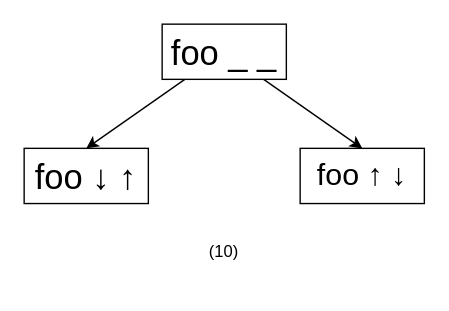
This is slide/10.drawio from lengyijun/MergeSort, a draw.io file, before an edit. Source tidied: cells renumbered, new cells numbered last; positions are measured from the earlier drawing's top-left corner, leaving out a move shared by most shapes. Both pictures are drawn from the tidied source at 138%, with x=0, y=0 at pixel (23, 23).
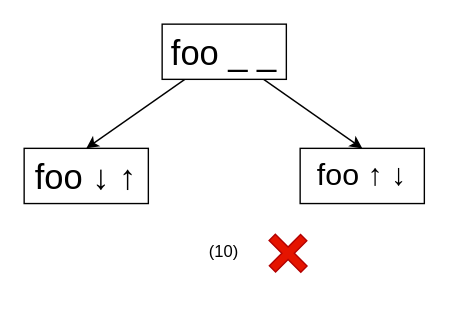
The same diagram, later.

Change to the diagram source:
```diff
@@
 <mxGraphModel>
   <root>
     <mxCell id="0" />
     <mxCell id="1" parent="0" />
     <mxCell id="2" style="edgeStyle=none;rounded=0;jettySize=auto;html=1;entryX=0.5;entryY=0;entryDx=0;entryDy=0;" parent="1" edge="1" source="4" target="5">
       <mxGeometry relative="1" as="geometry" />
     </mxCell>
     <mxCell id="3" style="edgeStyle=none;rounded=0;jettySize=auto;html=1;entryX=0.5;entryY=0;entryDx=0;entryDy=0;" parent="1" edge="1" source="4" target="6">
       <mxGeometry relative="1" as="geometry" />
     </mxCell>
     <mxCell id="4" value="foo _ _" style="rounded=0;whiteSpace=wrap;html=1;fontSize=25;" parent="1" vertex="1">
       <mxGeometry x="100" width="90" height="40" as="geometry" />
     </mxCell>
     <mxCell id="5" value="foo ↓ ↑" style="rounded=0;whiteSpace=wrap;html=1;fontSize=25;" parent="1" vertex="1">
       <mxGeometry y="90" width="90" height="40" as="geometry" />
     </mxCell>
     <mxCell id="6" value="foo ↑ ↓" style="rounded=0;whiteSpace=wrap;html=1;fontSize=22;" parent="1" vertex="1">
       <mxGeometry x="200" y="90" width="90" height="40" as="geometry" />
     </mxCell>
     <mxCell id="7" value="(10)" style="text;html=1;strokeColor=none;fillColor=none;align=center;verticalAlign=middle;whiteSpace=wrap;rounded=0;" parent="1" vertex="1">
       <mxGeometry x="115" y="150" width="60" height="30" as="geometry" />
     </mxCell>
+    <mxCell id="8" style="shape=cross;whiteSpace=wrap;html=1;rotation=45;fillColor=#e51400;fontColor=#ffffff;strokeColor=#B20000;" parent="1" vertex="1">
+      <mxGeometry x="175" y="150" width="32.5" height="32" as="geometry" />
+    </mxCell>
   </root>
 </mxGraphModel>
```
